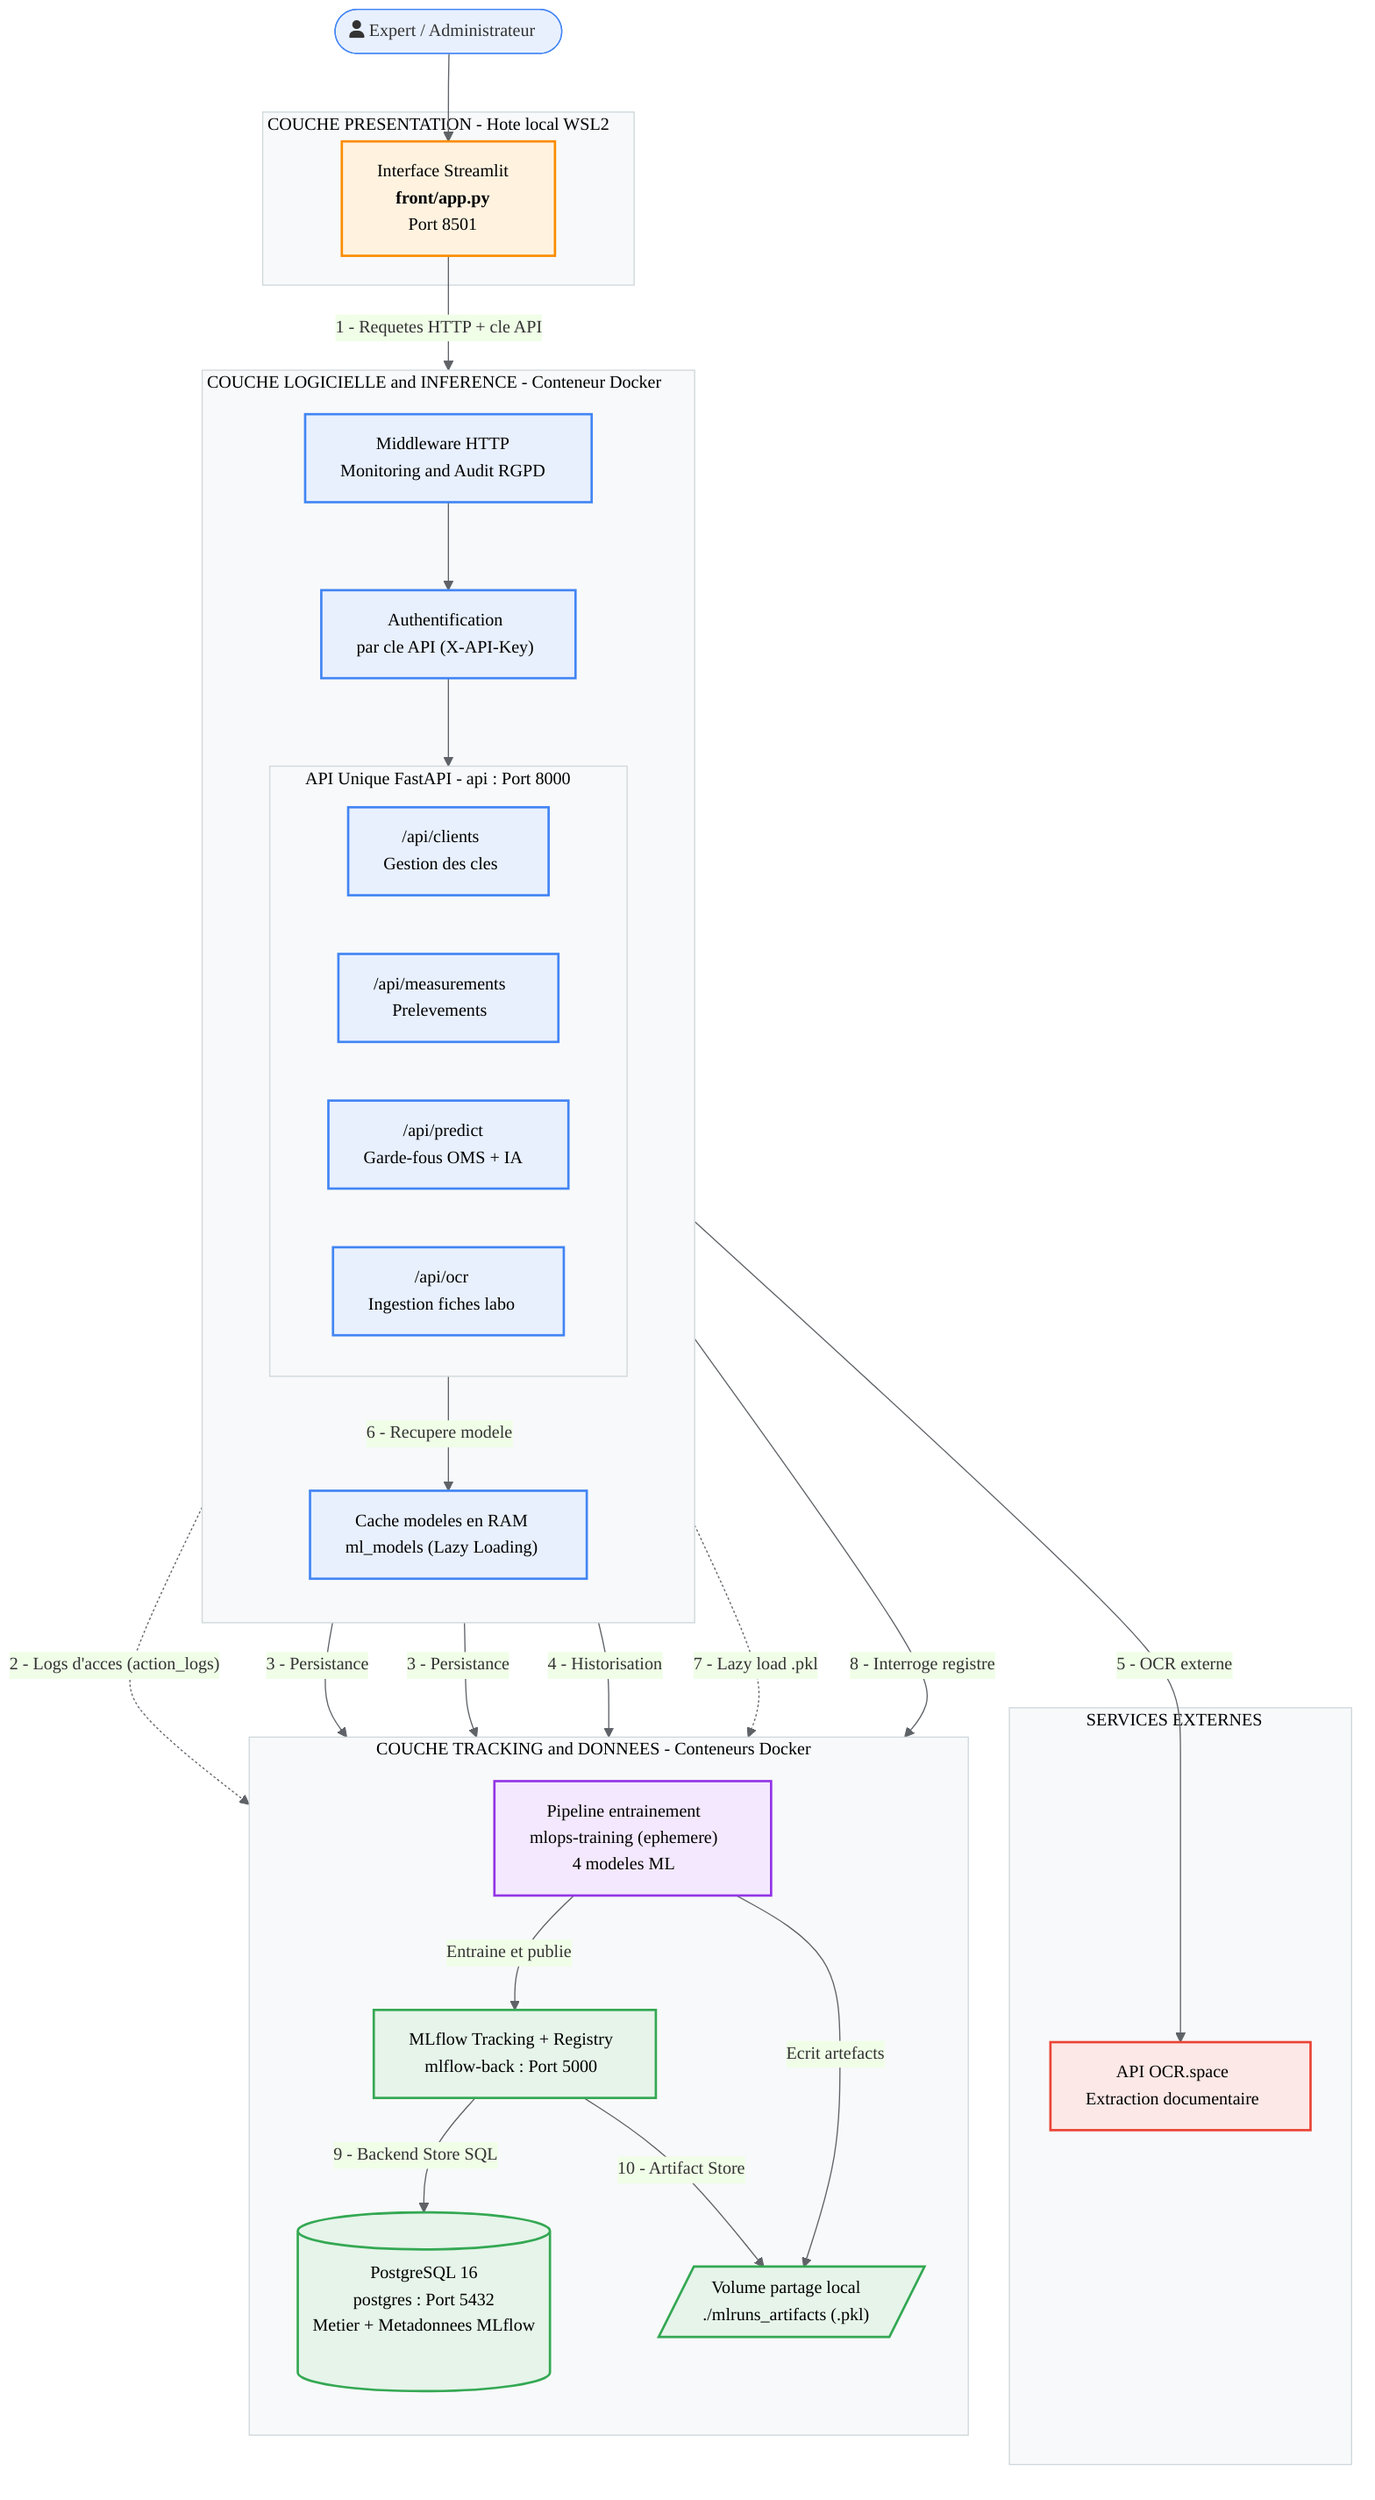
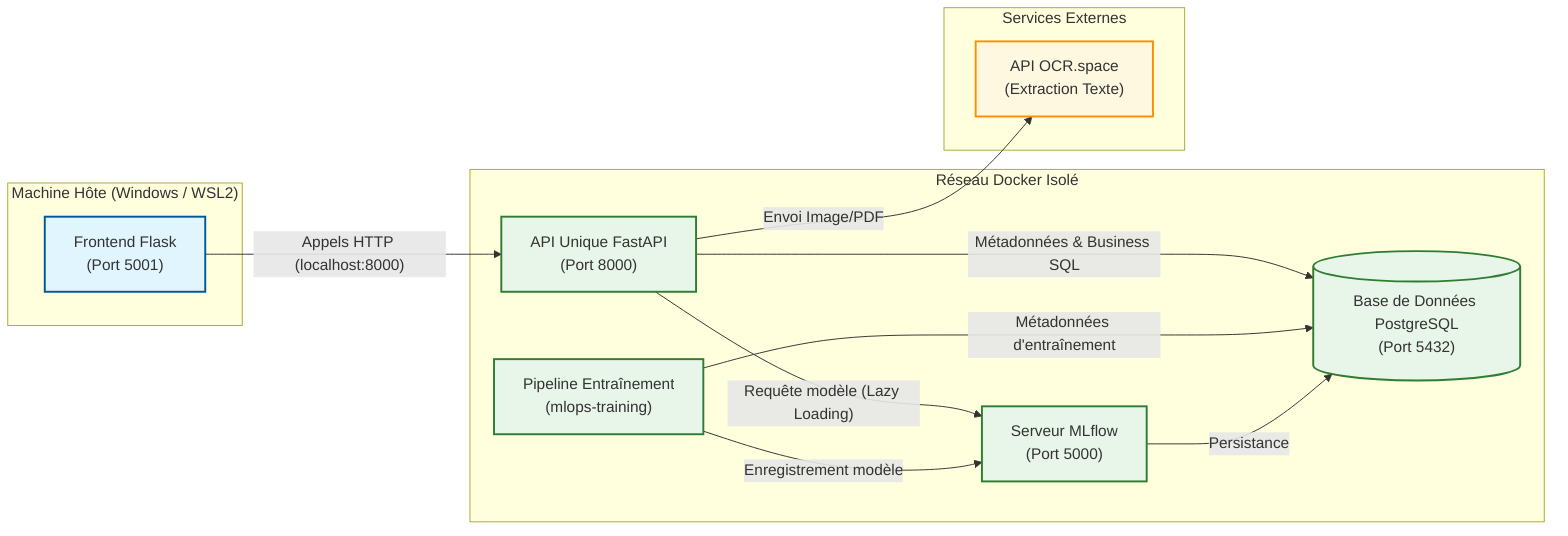
- %%{init: {'theme':'base', 'themeVariables': {'fontFamily':'Segoe UI, Helvetica, sans-serif','fontSize':'15px','primaryColor':'#e8f0fe','primaryBorderColor':'#4285f4','lineColor':'#5f6368','clusterBkg':'#f8f9fa','clusterBorder':'#cfd8dc'}}}%%
- graph TD
-     user(["fa:fa-user Expert / Administrateur"])
- 
-     subgraph PRESENTATION["COUCHE PRESENTATION  -  Hote local WSL2"]
-         UI["Interface Streamlit<br/><b>front/app.py</b><br/>Port 8501"]
+ graph LR
+     subgraph Host ["Machine Hôte (Windows / WSL2)"]
+         Flask["Frontend Flask<br/>(Port 5001)"]
    end

-     subgraph APILAYER["COUCHE LOGICIELLE and INFERENCE  -  Conteneur Docker"]
-         direction TB
-         MW["Middleware HTTP<br/>Monitoring and Audit RGPD"]
-         AUTH["Authentification<br/>par cle API  (X-API-Key)"]
-         subgraph ROUTERS["API Unique FastAPI  -  api : Port 8000"]
-             direction LR
-             R1["/api/clients<br/>Gestion des cles"]
-             R2["/api/measurements<br/>Prelevements"]
-             R3["/api/predict<br/>Garde-fous OMS + IA"]
-             R4["/api/ocr<br/>Ingestion fiches labo"]
-         end
-         CACHE["Cache modeles en RAM<br/>ml_models  (Lazy Loading)"]
+     subgraph Docker ["Réseau Docker Isolé"]
+         FastAPI["API Unique FastAPI<br/>(Port 8000)"]
+         Postgres[("Base de Données PostgreSQL<br/>(Port 5432)")]
+         MLflow["Serveur MLflow<br/>(Port 5000)"]
+         Training["Pipeline Entraînement<br/>(mlops-training)"]
    end

-     subgraph EXTERN["SERVICES EXTERNES"]
-         OCRAPI["API OCR.space<br/>Extraction documentaire"]
+     subgraph External ["Services Externes"]
+         OCRSpace["API OCR.space<br/>(Extraction Texte)"]
    end

-     subgraph DATA["COUCHE TRACKING and DONNEES  -  Conteneurs Docker"]
-         direction TB
-         MLFLOW["MLflow Tracking + Registry<br/>mlflow-back : Port 5000"]
-         PG[("PostgreSQL 16<br/>postgres : Port 5432<br/>Metier + Metadonnees MLflow")]
-         VOL[/"Volume partage local<br/>./mlruns_artifacts  (.pkl)"/]
-         TRAIN["Pipeline entrainement<br/>mlops-training  (ephemere)<br/>4 modeles ML"]
-     end
+     %% Interactions
+     Flask -- "Appels HTTP (localhost:8000)" --> FastAPI
+     FastAPI -- "Métadonnées & Business SQL" --> Postgres
+     FastAPI -- "Requête modèle (Lazy Loading)" --> MLflow
+     FastAPI -- "Envoi Image/PDF" --> OCRSpace
+     Training -- "Enregistrement modèle" --> MLflow
+     Training -- "Métadonnées d'entraînement" --> Postgres
+     MLflow -- "Persistance" --> Postgres

-     user --> UI
-     UI -->|"1 - Requetes HTTP + cle API"| MW
-     MW --> AUTH
-     AUTH --> ROUTERS
-     MW -.->|"2 - Logs d'acces (action_logs)"| PG
-     R1 -->|"3 - Persistance"| PG
-     R2 -->|"3 - Persistance"| PG
-     R3 -->|"4 - Historisation"| PG
-     R4 -->|"5 - OCR externe"| OCRAPI
-     R3 -->|"6 - Recupere modele"| CACHE
-     CACHE -.->|"7 - Lazy load .pkl"| VOL
-     R3 -->|"8 - Interroge registre"| MLFLOW
-     MLFLOW -->|"9 - Backend Store SQL"| PG
-     MLFLOW -->|"10 - Artifact Store"| VOL
-     TRAIN -->|"Entraine et publie"| MLFLOW
-     TRAIN -->|"Ecrit artefacts"| VOL
+     %% Style classes
+     classDef hostStyle fill:#e1f5fe,stroke:#01579b,stroke-width:2px;
+     classDef dockerStyle fill:#e8f5e9,stroke:#2e7d32,stroke-width:2px;
+     classDef extStyle fill:#fff8e1,stroke:#ff8f00,stroke-width:2px;

-     classDef ui fill:#fff3e0,stroke:#fb8c00,stroke-width:2px,color:#000;
-     classDef api fill:#e8f0fe,stroke:#4285f4,stroke-width:2px,color:#000;
-     classDef store fill:#e6f4ea,stroke:#34a853,stroke-width:2px,color:#000;
-     classDef ext fill:#fce8e6,stroke:#ea4335,stroke-width:2px,color:#000;
-     classDef train fill:#f3e8fd,stroke:#9334e6,stroke-width:2px,color:#000;
-     class UI ui;
-     class MW,AUTH,R1,R2,R3,R4,CACHE api;
-     class MLFLOW,PG,VOL store;
-     class OCRAPI ext;
-     class TRAIN train;
+     class Flask hostStyle;
+     class FastAPI,Postgres,MLflow,Training dockerStyle;
+     class OCRSpace extStyle;
